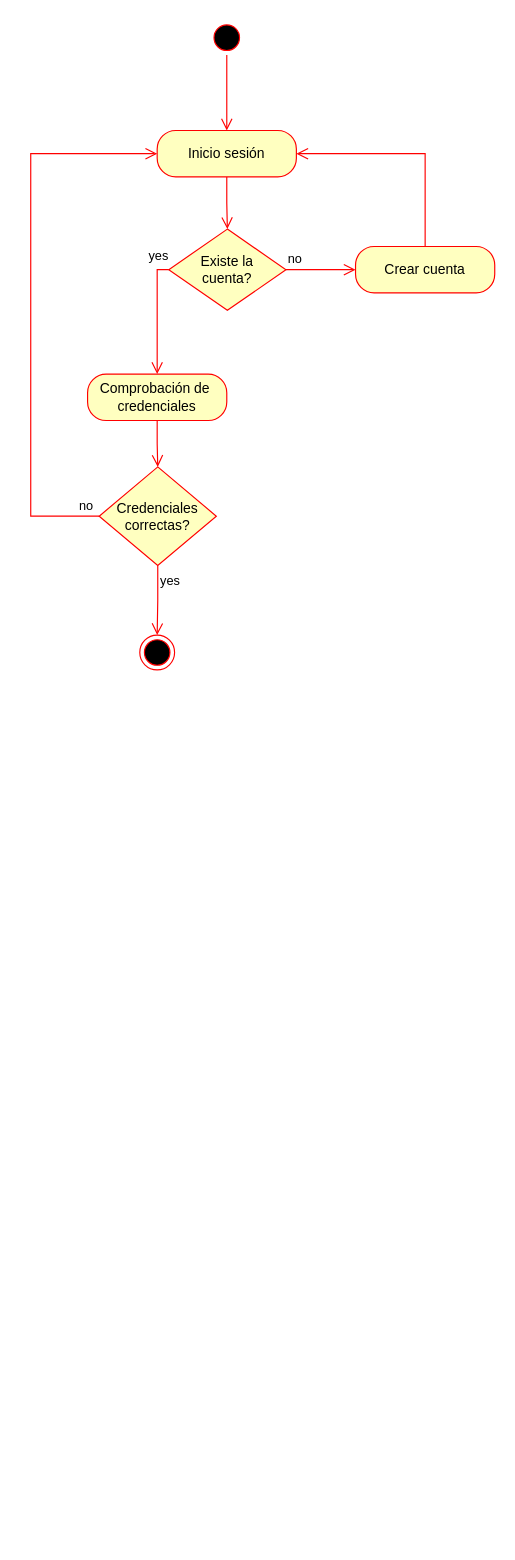
AlfonsoGallardoFlorida/DeffinePI keeps this draw.io diagram as entornos/DiagramaDeActividades.drawio. Above is the earlier version. Source tidied: cells renumbered, new cells numbered last; positions are measured from the earlier drawing's top-left corner, leaving out a move shared by most shapes. Both pictures are drawn from the tidied source at 116%, with x=0, y=0 at pixel (30, 20).
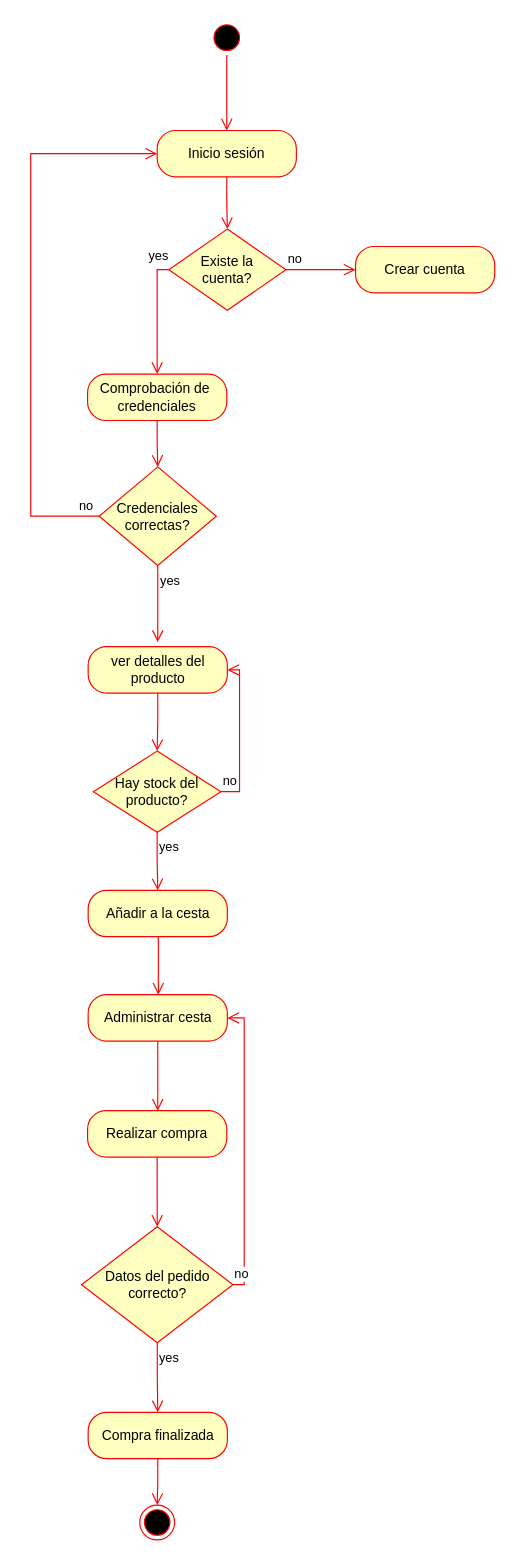
The same diagram, later.

Commit message:
Diagrama actualizado

Unchanged cells that the change refers to:
```xml
<mxCell id="4" value="Inicio sesión" style="rounded=1;whiteSpace=wrap;html=1;arcSize=40;fontColor=#000000;fillColor=#ffffc0;strokeColor=#ff0000;" parent="1" vertex="1">
  <mxGeometry x="109" y="95" width="120" height="40" as="geometry" />
</mxCell>
<mxCell id="9" value="Crear cuenta" style="rounded=1;whiteSpace=wrap;html=1;arcSize=40;fontColor=#000000;fillColor=#ffffc0;strokeColor=#ff0000;" parent="1" vertex="1">
  <mxGeometry x="280" y="195" width="120" height="40" as="geometry" />
</mxCell>
<mxCell id="13" value="Credenciales correctas?" style="rhombus;whiteSpace=wrap;html=1;fontColor=#000000;fillColor=#ffffc0;strokeColor=#ff0000;" parent="1" vertex="1">
  <mxGeometry x="59" y="385" width="101" height="85" as="geometry" />
</mxCell>
```

Change to the diagram source:
```diff
@@
-    <mxCell id="10" style="edgeStyle=orthogonalEdgeStyle;html=1;verticalAlign=bottom;endArrow=open;endSize=8;strokeColor=#ff0000;rounded=0;entryX=1;entryY=0.5;entryDx=0;entryDy=0;" parent="1" edge="1" source="9" target="4">
-      <mxGeometry relative="1" as="geometry">
-        <Array as="points">
-          <mxPoint x="340" y="115" />
-        </Array>
-      </mxGeometry>
-    </mxCell>
@@
-    <mxCell id="15" value="yes" style="edgeStyle=orthogonalEdgeStyle;html=1;align=left;verticalAlign=top;endArrow=open;endSize=8;strokeColor=#ff0000;rounded=0;entryX=0.5;entryY=0;entryDx=0;entryDy=0;" parent="1" edge="1" source="13" target="16">
+    <mxCell id="15" value="yes" style="edgeStyle=orthogonalEdgeStyle;html=1;align=left;verticalAlign=top;endArrow=open;endSize=8;strokeColor=#ff0000;rounded=0;entryX=0.5;entryY=-0.099;entryDx=0;entryDy=0;entryPerimeter=0;" parent="1" edge="1" source="13" target="17">
       <mxGeometry x="-1" relative="1" as="geometry" />
     </mxCell>
-    <mxCell id="16" style="ellipse;html=1;shape=endState;fillColor=#000000;strokeColor=#ff0000;" parent="1" vertex="1">
-      <mxGeometry x="94" y="530" width="30" height="30" as="geometry" />
-    </mxCell>
+    <mxCell id="17" value="ver detalles del producto" style="rounded=1;whiteSpace=wrap;html=1;arcSize=40;fontColor=#000000;fillColor=#ffffc0;strokeColor=#ff0000;" parent="1" vertex="1">
+      <mxGeometry x="49.5" y="540" width="120" height="40" as="geometry" />
+    </mxCell>
+    <mxCell id="18" style="edgeStyle=orthogonalEdgeStyle;html=1;verticalAlign=bottom;endArrow=open;endSize=8;strokeColor=#ff0000;rounded=0;entryX=0.5;entryY=0;entryDx=0;entryDy=0;" parent="1" edge="1" source="17" target="19">
+      <mxGeometry relative="1" as="geometry" />
+    </mxCell>
+    <mxCell id="19" value="Hay stock del producto?" style="rhombus;whiteSpace=wrap;html=1;fontColor=#000000;fillColor=#ffffc0;strokeColor=#ff0000;" parent="1" vertex="1">
+      <mxGeometry x="54" y="630" width="110" height="70" as="geometry" />
+    </mxCell>
+    <mxCell id="20" value="no" style="edgeStyle=orthogonalEdgeStyle;html=1;align=left;verticalAlign=bottom;endArrow=open;endSize=8;strokeColor=#ff0000;rounded=0;entryX=1;entryY=0.5;entryDx=0;entryDy=0;" parent="1" edge="1" source="19" target="17">
+      <mxGeometry x="-1" relative="1" as="geometry">
+        <Array as="points">
+          <mxPoint x="180" y="665" />
+          <mxPoint x="180" y="560" />
+        </Array>
+      </mxGeometry>
+    </mxCell>
+    <mxCell id="21" value="yes" style="edgeStyle=orthogonalEdgeStyle;html=1;align=left;verticalAlign=top;endArrow=open;endSize=8;strokeColor=#ff0000;rounded=0;entryX=0.5;entryY=0;entryDx=0;entryDy=0;" parent="1" edge="1" source="19" target="22">
+      <mxGeometry x="-1" relative="1" as="geometry" />
+    </mxCell>
+    <mxCell id="22" value="Añadir a la cesta" style="rounded=1;whiteSpace=wrap;html=1;arcSize=40;fontColor=#000000;fillColor=#ffffc0;strokeColor=#ff0000;" parent="1" vertex="1">
+      <mxGeometry x="49.5" y="750" width="120" height="40" as="geometry" />
+    </mxCell>
+    <mxCell id="23" style="edgeStyle=orthogonalEdgeStyle;html=1;verticalAlign=bottom;endArrow=open;endSize=8;strokeColor=#ff0000;rounded=0;" parent="1" edge="1" source="22">
+      <mxGeometry relative="1" as="geometry">
+        <mxPoint x="110" y="840" as="targetPoint" />
+        <Array as="points">
+          <mxPoint x="110" y="840" />
+          <mxPoint x="110" y="890" />
+        </Array>
+      </mxGeometry>
+    </mxCell>
+    <mxCell id="24" value="Administrar cesta" style="rounded=1;whiteSpace=wrap;html=1;arcSize=40;fontColor=#000000;fillColor=#ffffc0;strokeColor=#ff0000;" parent="1" vertex="1">
+      <mxGeometry x="49.5" y="840" width="120" height="40" as="geometry" />
+    </mxCell>
+    <mxCell id="25" style="edgeStyle=orthogonalEdgeStyle;html=1;verticalAlign=bottom;endArrow=open;endSize=8;strokeColor=#ff0000;rounded=0;" parent="1" edge="1" source="24">
+      <mxGeometry relative="1" as="geometry">
+        <mxPoint x="109.5" y="940" as="targetPoint" />
+      </mxGeometry>
+    </mxCell>
+    <mxCell id="26" value="Realizar compra" style="rounded=1;whiteSpace=wrap;html=1;arcSize=40;fontColor=#000000;fillColor=#ffffc0;strokeColor=#ff0000;" parent="1" vertex="1">
+      <mxGeometry x="49" y="940" width="120" height="40" as="geometry" />
+    </mxCell>
+    <mxCell id="27" style="edgeStyle=orthogonalEdgeStyle;html=1;verticalAlign=bottom;endArrow=open;endSize=8;strokeColor=#ff0000;rounded=0;entryX=0.5;entryY=0;entryDx=0;entryDy=0;" parent="1" edge="1" source="26" target="28">
+      <mxGeometry relative="1" as="geometry" />
+    </mxCell>
+    <mxCell id="28" value="Datos del pedido correcto?" style="rhombus;whiteSpace=wrap;html=1;fontColor=#000000;fillColor=#ffffc0;strokeColor=#ff0000;" parent="1" vertex="1">
+      <mxGeometry x="43.8" y="1040" width="130.5" height="100" as="geometry" />
+    </mxCell>
+    <mxCell id="29" value="no" style="edgeStyle=orthogonalEdgeStyle;html=1;align=left;verticalAlign=bottom;endArrow=open;endSize=8;strokeColor=#ff0000;rounded=0;entryX=1;entryY=0.5;entryDx=0;entryDy=0;" parent="1" edge="1" source="28" target="24">
+      <mxGeometry x="-1" relative="1" as="geometry">
+        <Array as="points">
+          <mxPoint x="184" y="1090" />
+          <mxPoint x="184" y="860" />
+        </Array>
+      </mxGeometry>
+    </mxCell>
+    <mxCell id="30" value="yes" style="edgeStyle=orthogonalEdgeStyle;html=1;align=left;verticalAlign=top;endArrow=open;endSize=8;strokeColor=#ff0000;rounded=0;entryX=0.5;entryY=0;entryDx=0;entryDy=0;" parent="1" edge="1" source="28" target="31">
+      <mxGeometry x="-1" relative="1" as="geometry" />
+    </mxCell>
+    <mxCell id="31" value="Compra finalizada" style="rounded=1;whiteSpace=wrap;html=1;arcSize=40;fontColor=#000000;fillColor=#ffffc0;strokeColor=#ff0000;" parent="1" vertex="1">
+      <mxGeometry x="49.5" y="1200" width="120" height="40" as="geometry" />
+    </mxCell>
+    <mxCell id="32" style="edgeStyle=orthogonalEdgeStyle;html=1;verticalAlign=bottom;endArrow=open;endSize=8;strokeColor=#ff0000;rounded=0;entryX=0.5;entryY=0;entryDx=0;entryDy=0;" parent="1" edge="1" source="31" target="33">
+      <mxGeometry relative="1" as="geometry" />
+    </mxCell>
+    <mxCell id="33" style="ellipse;html=1;shape=endState;fillColor=#000000;strokeColor=#ff0000;" parent="1" vertex="1">
+      <mxGeometry x="94" y="1280" width="30" height="30" as="geometry" />
+    </mxCell>
```
